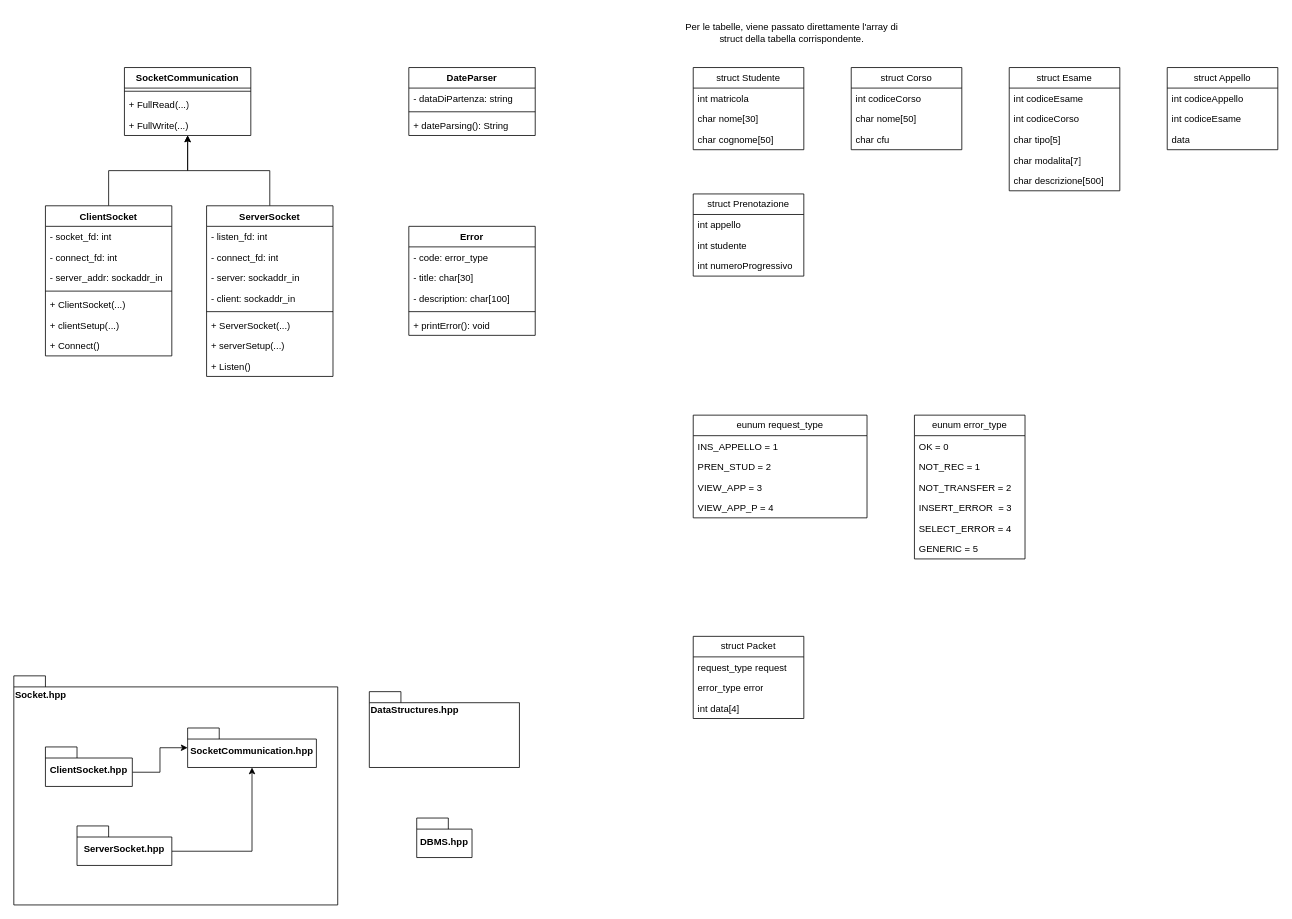
Before: documentazione/Classi_Librerie.drawio in NicolaPonticelli001/reti_di_calcolatori_gestionale_uni, a draw.io diagram. Source tidied: cells renumbered, new cells numbered last; positions are measured from the earlier drawing's top-left corner, leaving out a move shared by most shapes. Both pictures are drawn from the tidied source at 79%, with x=0, y=0 at pixel (13, 13).
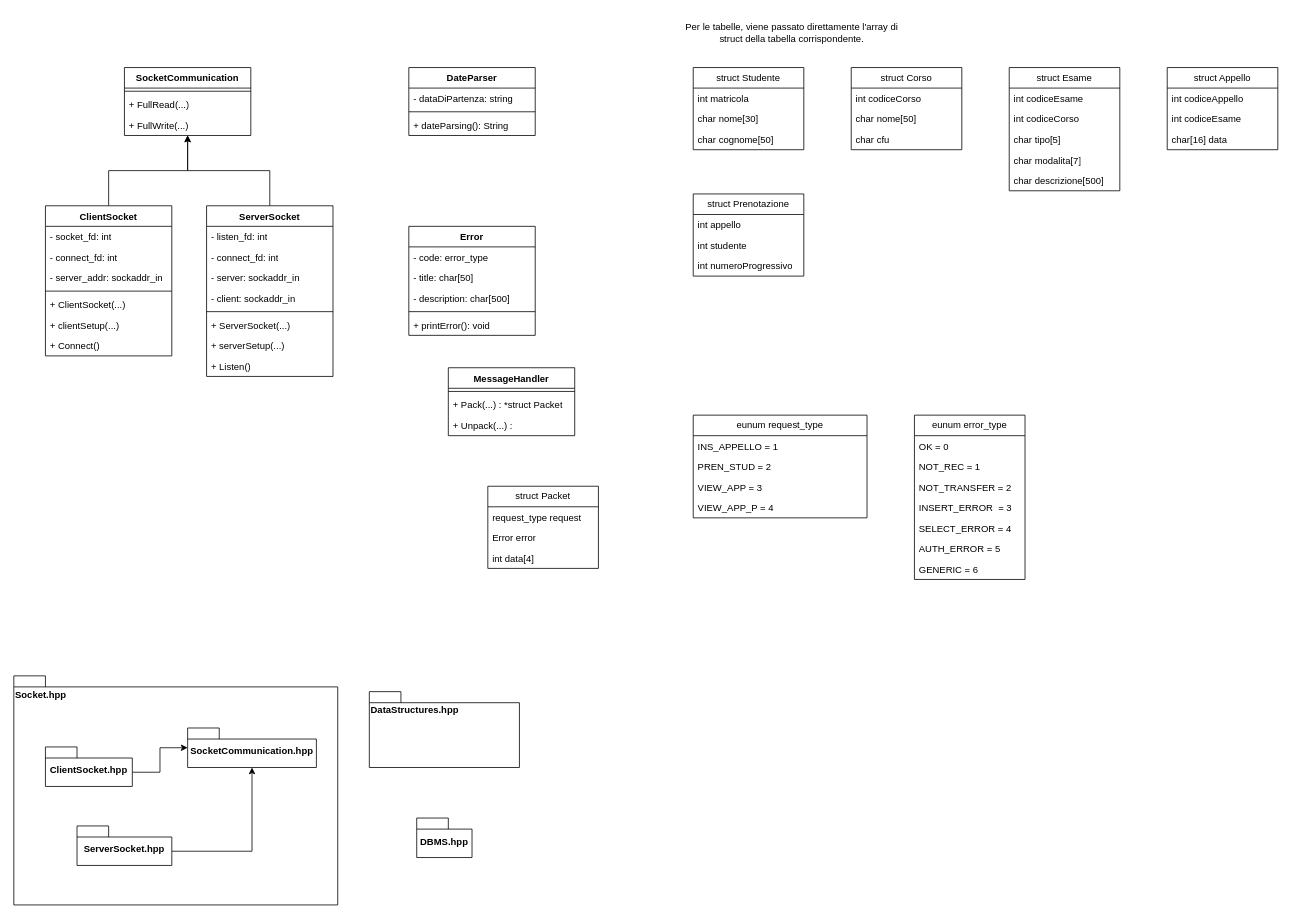
The same diagram, later.

The change refers to these unchanged cells:
```xml
<mxCell id="49" value="Error" style="swimlane;fontStyle=1;align=center;verticalAlign=top;horizontal=1;startSize=26;whiteSpace=wrap;html=1;" parent="1" vertex="1">
  <mxGeometry x="500" y="269" width="160" height="138" as="geometry" />
</mxCell>
<mxCell id="70" value="struct Appello" style="swimlane;fontStyle=0;horizontal=1;startSize=26;fillColor=none;whiteSpace=wrap;html=1;" parent="1" vertex="1">
  <mxGeometry x="1460" y="68" width="140" height="104" as="geometry" />
</mxCell>
```

What changed in the source:
```diff
@@
     <mxCell id="37" value="eunum error_type" style="swimlane;fontStyle=0;horizontal=1;startSize=26;fillColor=none;whiteSpace=wrap;html=1;" parent="1" vertex="1">
-      <mxGeometry x="1140" y="508" width="140" height="182" as="geometry" />
+      <mxGeometry x="1140" y="508" width="140" height="208" as="geometry" />
     </mxCell>
@@
+    <mxCell id="82" value="AUTH_ERROR = 5" style="text;strokeColor=none;fillColor=none;align=left;verticalAlign=top;spacingLeft=4;spacingRight=4;overflow=hidden;whiteSpace=wrap;html=1;" parent="37" vertex="1">
+      <mxGeometry y="156" width="140" height="26" as="geometry" />
+    </mxCell>
-    <mxCell id="43" value="GENERIC = 5" style="text;strokeColor=none;fillColor=none;align=left;verticalAlign=top;spacingLeft=4;spacingRight=4;overflow=hidden;whiteSpace=wrap;html=1;" parent="37" vertex="1">
-      <mxGeometry y="156" width="140" height="26" as="geometry" />
+    <mxCell id="43" value="GENERIC = 6" style="text;strokeColor=none;fillColor=none;align=left;verticalAlign=top;spacingLeft=4;spacingRight=4;overflow=hidden;whiteSpace=wrap;html=1;" parent="37" vertex="1">
+      <mxGeometry y="182" width="140" height="26" as="geometry" />
     </mxCell>
@@
     <mxCell id="45" value="struct Packet" style="swimlane;fontStyle=0;horizontal=1;startSize=26;fillColor=none;whiteSpace=wrap;html=1;" parent="1" vertex="1">
-      <mxGeometry x="860" y="788" width="140" height="104" as="geometry" />
+      <mxGeometry x="600" y="598" width="140" height="104" as="geometry" />
     </mxCell>
@@
-    <mxCell id="47" value="error_type error" style="text;strokeColor=none;fillColor=none;align=left;verticalAlign=top;spacingLeft=4;spacingRight=4;overflow=hidden;whiteSpace=wrap;html=1;" parent="45" vertex="1">
+    <mxCell id="47" value="Error error" style="text;strokeColor=none;fillColor=none;align=left;verticalAlign=top;spacingLeft=4;spacingRight=4;overflow=hidden;whiteSpace=wrap;html=1;" parent="45" vertex="1">
       <mxGeometry y="52" width="140" height="26" as="geometry" />
     </mxCell>
@@
-    <mxCell id="51" value="- title: char[30]" style="text;strokeColor=none;fillColor=none;align=left;verticalAlign=top;spacingLeft=4;spacingRight=4;overflow=hidden;whiteSpace=wrap;html=1;" parent="49" vertex="1">
+    <mxCell id="51" value="- title: char[50]" style="text;strokeColor=none;fillColor=none;align=left;verticalAlign=top;spacingLeft=4;spacingRight=4;overflow=hidden;whiteSpace=wrap;html=1;" parent="49" vertex="1">
       <mxGeometry y="52" width="160" height="26" as="geometry" />
     </mxCell>
-    <mxCell id="52" value="- description: char[100]" style="text;strokeColor=none;fillColor=none;align=left;verticalAlign=top;spacingLeft=4;spacingRight=4;overflow=hidden;whiteSpace=wrap;html=1;" parent="49" vertex="1">
+    <mxCell id="52" value="- description: char[500]" style="text;strokeColor=none;fillColor=none;align=left;verticalAlign=top;spacingLeft=4;spacingRight=4;overflow=hidden;whiteSpace=wrap;html=1;" parent="49" vertex="1">
       <mxGeometry y="78" width="160" height="26" as="geometry" />
     </mxCell>
@@
-    <mxCell id="73" value="data" style="text;strokeColor=none;fillColor=none;align=left;verticalAlign=top;spacingLeft=4;spacingRight=4;overflow=hidden;whiteSpace=wrap;html=1;" parent="70" vertex="1">
+    <mxCell id="73" value="char[16] data" style="text;strokeColor=none;fillColor=none;align=left;verticalAlign=top;spacingLeft=4;spacingRight=4;overflow=hidden;whiteSpace=wrap;html=1;" parent="70" vertex="1">
       <mxGeometry y="78" width="140" height="26" as="geometry" />
     </mxCell>
@@
+    <mxCell id="83" value="MessageHandler" style="swimlane;fontStyle=1;align=center;verticalAlign=top;horizontal=1;startSize=26;whiteSpace=wrap;html=1;" parent="1" vertex="1">
+      <mxGeometry x="550" y="448" width="160" height="86" as="geometry" />
+    </mxCell>
+    <mxCell id="84" style="line;strokeWidth=1;fillColor=none;align=left;verticalAlign=middle;spacingTop=-1;spacingLeft=3;spacingRight=3;labelPosition=right;strokeColor=inherit;" parent="83" vertex="1">
+      <mxGeometry y="26" width="160" height="8" as="geometry" />
+    </mxCell>
+    <mxCell id="85" value="+ Pack(...) : *struct Packet" style="text;strokeColor=none;fillColor=none;align=left;verticalAlign=top;spacingLeft=4;spacingRight=4;overflow=hidden;whiteSpace=wrap;html=1;" parent="83" vertex="1">
+      <mxGeometry y="34" width="160" height="26" as="geometry" />
+    </mxCell>
+    <mxCell id="86" value="+ Unpack(...) :" style="text;strokeColor=none;fillColor=none;align=left;verticalAlign=top;spacingLeft=4;spacingRight=4;overflow=hidden;whiteSpace=wrap;html=1;" parent="83" vertex="1">
+      <mxGeometry y="60" width="160" height="26" as="geometry" />
+    </mxCell>
```
